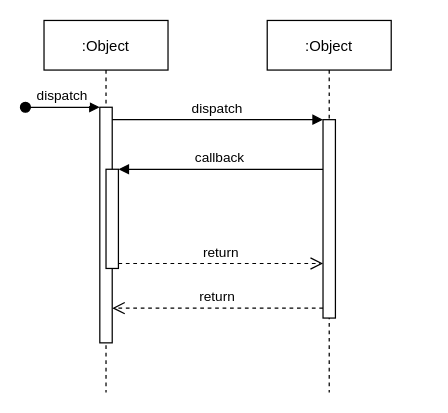
Before: Untitled Diagram.drawio in ChrisShakkour/ChrisShakkour, a draw.io diagram. Source tidied: cells renumbered, new cells numbered last; positions are measured from the earlier drawing's top-left corner, leaving out a move shared by most shapes. Both pictures are drawn from the tidied source at 124%, with x=0, y=0 at pixel (25, 20).
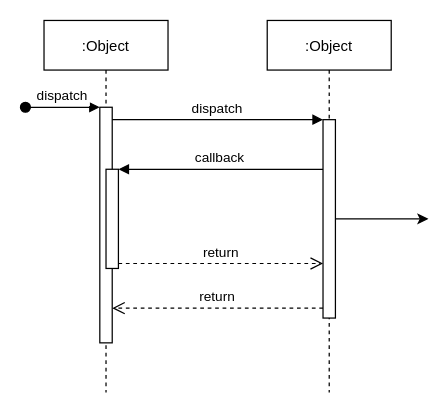
Above is the later version.

Change to the diagram source:
```diff
@@
 <mxGraphModel>
   <root>
     <mxCell id="0" />
     <mxCell id="1" parent="0" />
     <mxCell id="2" value=":Object" style="shape=umlLifeline;perimeter=lifelinePerimeter;rounded=0;shadow=0;strokeWidth=1;" parent="1" vertex="1">
       <mxGeometry x="15" width="100" height="300" as="geometry" />
     </mxCell>
     <mxCell id="3" style="points=[];perimeter=orthogonalPerimeter;rounded=0;shadow=0;strokeWidth=1;" parent="2" vertex="1">
       <mxGeometry x="45" y="70" width="10" height="190" as="geometry" />
     </mxCell>
     <mxCell id="4" value="dispatch" style="verticalAlign=bottom;startArrow=oval;endArrow=block;startSize=8;shadow=0;strokeWidth=1;" parent="2" edge="1" target="3">
       <mxGeometry relative="1" as="geometry">
         <mxPoint x="-15" y="70" as="sourcePoint" />
       </mxGeometry>
     </mxCell>
     <mxCell id="5" style="points=[];perimeter=orthogonalPerimeter;rounded=0;shadow=0;strokeWidth=1;" parent="2" vertex="1">
       <mxGeometry x="50" y="120" width="10" height="80" as="geometry" />
     </mxCell>
     <mxCell id="6" value=":Object" style="shape=umlLifeline;perimeter=lifelinePerimeter;rounded=0;shadow=0;strokeWidth=1;" parent="1" vertex="1">
       <mxGeometry x="195" width="100" height="300" as="geometry" />
     </mxCell>
     <mxCell id="7" style="points=[];perimeter=orthogonalPerimeter;rounded=0;shadow=0;strokeWidth=1;" parent="6" vertex="1">
       <mxGeometry x="45" y="80" width="10" height="160" as="geometry" />
     </mxCell>
     <mxCell id="8" value="return" style="verticalAlign=bottom;endArrow=open;dashed=1;endSize=8;exitX=0;exitY=0.95;shadow=0;strokeWidth=1;" parent="1" edge="1" source="7" target="3">
       <mxGeometry relative="1" as="geometry" />
     </mxCell>
     <mxCell id="9" value="dispatch" style="verticalAlign=bottom;endArrow=block;entryX=0;entryY=0;shadow=0;strokeWidth=1;" parent="1" edge="1" source="3" target="7">
       <mxGeometry relative="1" as="geometry" />
     </mxCell>
     <mxCell id="10" value="callback" style="verticalAlign=bottom;endArrow=block;entryX=1;entryY=0;shadow=0;strokeWidth=1;" parent="1" edge="1" source="7" target="5">
       <mxGeometry relative="1" as="geometry" />
     </mxCell>
     <mxCell id="11" value="return" style="verticalAlign=bottom;endArrow=open;dashed=1;endSize=8;exitX=1;exitY=0.95;shadow=0;strokeWidth=1;" parent="1" edge="1" source="5" target="7">
       <mxGeometry relative="1" as="geometry" />
     </mxCell>
+    <mxCell id="12" style="edgeStyle=orthogonalEdgeStyle;rounded=0;jettySize=auto;html=1;" parent="1" edge="1" source="7">
+      <mxGeometry relative="1" as="geometry">
+        <mxPoint x="325" y="160" as="targetPoint" />
+      </mxGeometry>
+    </mxCell>
   </root>
 </mxGraphModel>
```
